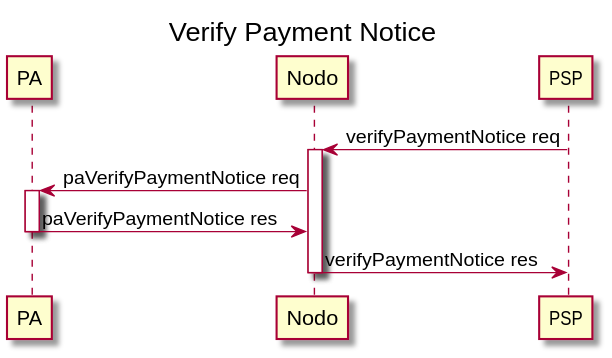
This is api-definitions/openapi/uml_diag/verifyPaymentNotice_newPA.svg from pagopa/pagopa-api, a PlantUML export, as it was before one commit.
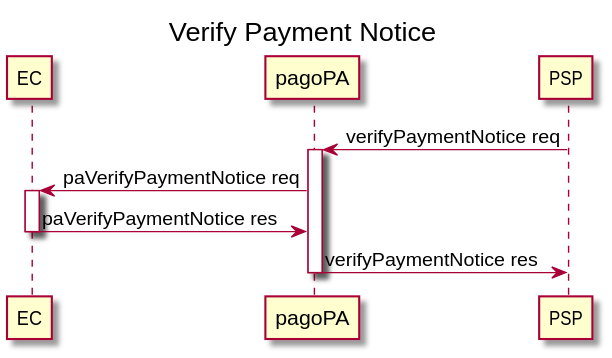
Later version of the same file.

What changed in the source:
```diff
@@ -1,17 +1,17 @@
 @startuml uml_diag/verifyPaymentNotice_newPA
 title Verify Payment Notice
 
-participant PA
-participant Nodo
+participant EC
+participant pagoPA
 participant PSP
 
-PSP -> Nodo: verifyPaymentNotice req
-activate Nodo
-Nodo -> PA: paVerifyPaymentNotice req
-activate PA
-PA -> Nodo: paVerifyPaymentNotice res
-deactivate PA
-Nodo -> PSP: verifyPaymentNotice res
-deactivate Nodo
+PSP -> pagoPA: verifyPaymentNotice req
+activate pagoPA
+pagoPA -> EC: paVerifyPaymentNotice req
+activate EC
+EC -> pagoPA: paVerifyPaymentNotice res
+deactivate EC
+pagoPA -> PSP: verifyPaymentNotice res
+deactivate pagoPA
 
 @enduml
```
